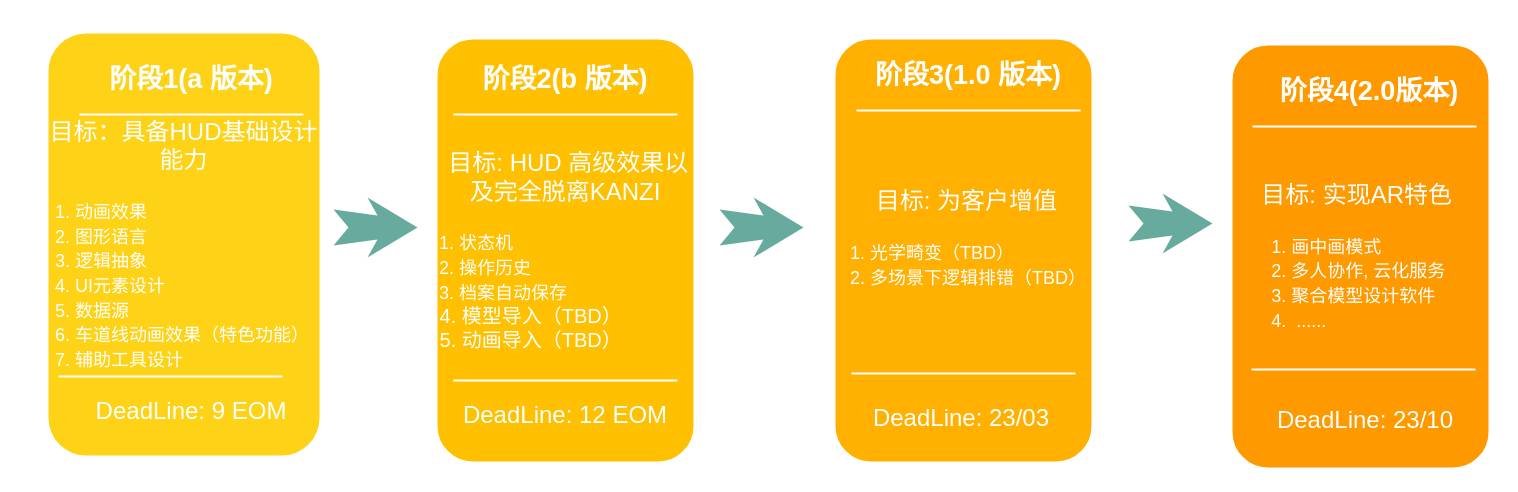
Before: 版本规划.drawio in Evan2698/WorkFlowItem, a draw.io diagram. Source tidied: cells renumbered, new cells numbered last; positions are measured from the earlier drawing's top-left corner, leaving out a move shared by most shapes. Both pictures are drawn from the tidied source at 100%, with x=0, y=0 at pixel (44, 29).
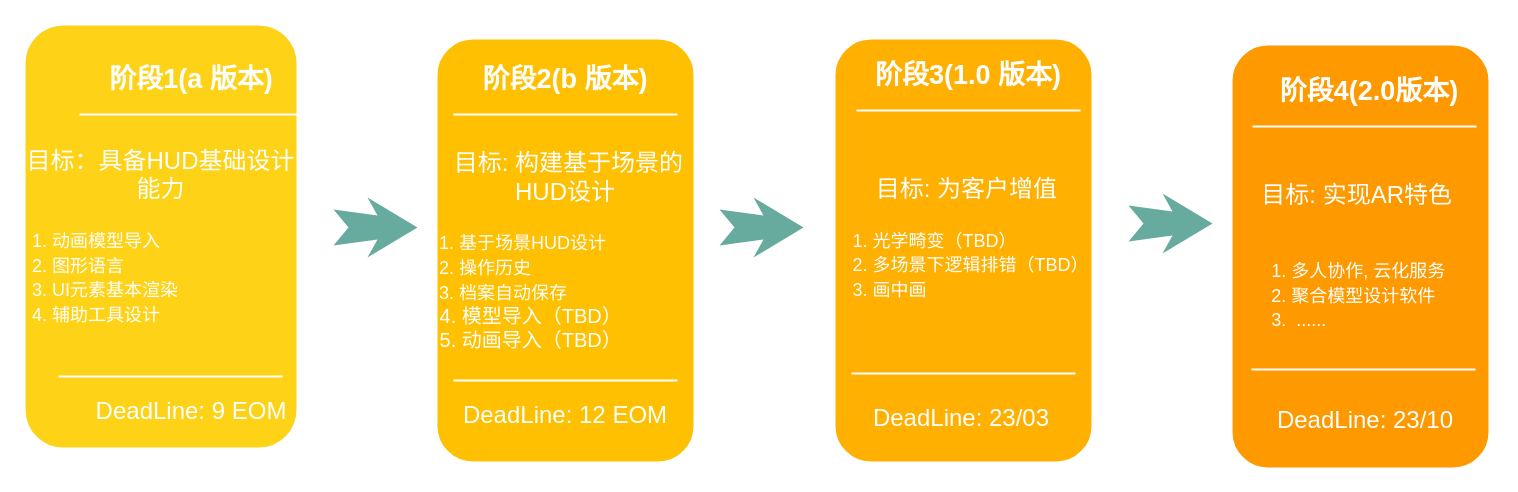
The same diagram, later.

The edit, as a diff of the source:
```diff
@@
-    <mxCell id="2" value="&lt;font color=&quot;#ffffff&quot; style=&quot;&quot;&gt;&lt;span style=&quot;font-size: 24px;&quot;&gt;目标：具备HUD基础设计能力&lt;br&gt;&lt;/span&gt;&lt;br&gt;&lt;div style=&quot;text-align: left;&quot;&gt;&lt;span style=&quot;font-size: 18px; background-color: initial;&quot;&gt;&amp;nbsp; 1. 动画效果&lt;/span&gt;&lt;br&gt;&lt;/div&gt;&lt;div style=&quot;text-align: left;&quot;&gt;&lt;span style=&quot;background-color: initial;&quot;&gt;&lt;font style=&quot;font-size: 18px;&quot;&gt;&amp;nbsp; 2. 图形语言&lt;/font&gt;&lt;/span&gt;&lt;/div&gt;&lt;div style=&quot;text-align: left;&quot;&gt;&lt;span style=&quot;background-color: initial;&quot;&gt;&lt;font style=&quot;font-size: 18px;&quot;&gt;&amp;nbsp; 3. 逻辑抽象&lt;/font&gt;&lt;/span&gt;&lt;/div&gt;&lt;div style=&quot;text-align: left;&quot;&gt;&lt;span style=&quot;background-color: initial;&quot;&gt;&lt;font style=&quot;font-size: 18px;&quot;&gt;&amp;nbsp; 4. UI元素设计&lt;/font&gt;&lt;/span&gt;&lt;/div&gt;&lt;div style=&quot;text-align: left;&quot;&gt;&lt;span style=&quot;background-color: initial;&quot;&gt;&lt;font style=&quot;font-size: 18px;&quot;&gt;&amp;nbsp; 5. 数据源&lt;/font&gt;&lt;/span&gt;&lt;/div&gt;&lt;div style=&quot;text-align: left;&quot;&gt;&lt;span style=&quot;background-color: initial;&quot;&gt;&lt;font style=&quot;font-size: 18px;&quot;&gt;&amp;nbsp; 6. 车道线动画效果（特色功能）&lt;/font&gt;&lt;/span&gt;&lt;/div&gt;&lt;div style=&quot;text-align: left;&quot;&gt;&lt;span style=&quot;background-color: initial;&quot;&gt;&lt;font style=&quot;font-size: 18px;&quot;&gt;&amp;nbsp; 7. 辅助工具设计&lt;/font&gt;&lt;/span&gt;&lt;/div&gt;&lt;/font&gt;" style="whiteSpace=wrap;html=1;rounded=1;shadow=0;strokeWidth=8;fontSize=20;align=center;fillColor=#FED217;strokeColor=#FFFFFF;" parent="1" vertex="1">
-      <mxGeometry width="279" height="430" as="geometry" />
+    <mxCell id="2" value="&lt;font color=&quot;#ffffff&quot; style=&quot;&quot;&gt;&lt;span style=&quot;font-size: 24px;&quot;&gt;目标：具备HUD基础设计能力&lt;br&gt;&lt;/span&gt;&lt;br&gt;&lt;div style=&quot;text-align: left;&quot;&gt;&lt;span style=&quot;font-size: 18px; background-color: initial;&quot;&gt;&amp;nbsp; 1. 动画模型导入&lt;/span&gt;&lt;br&gt;&lt;/div&gt;&lt;div style=&quot;text-align: left;&quot;&gt;&lt;span style=&quot;background-color: initial;&quot;&gt;&lt;font style=&quot;font-size: 18px;&quot;&gt;&amp;nbsp; 2. 图形语言&lt;/font&gt;&lt;/span&gt;&lt;/div&gt;&lt;div style=&quot;text-align: left;&quot;&gt;&lt;span style=&quot;background-color: initial;&quot;&gt;&lt;font style=&quot;font-size: 18px;&quot;&gt;&amp;nbsp; 3.&lt;/font&gt;&lt;/span&gt;&lt;span style=&quot;font-size: 18px; background-color: initial;&quot;&gt;&amp;nbsp;UI元素基本渲染&lt;/span&gt;&lt;/div&gt;&lt;div style=&quot;text-align: left;&quot;&gt;&lt;span style=&quot;font-size: 18px; background-color: initial;&quot;&gt;&amp;nbsp; 4. 辅助工具设计&lt;/span&gt;&lt;/div&gt;&lt;/font&gt;" style="whiteSpace=wrap;html=1;rounded=1;shadow=0;strokeWidth=8;fontSize=20;align=center;fillColor=#FED217;strokeColor=#FFFFFF;" parent="1" vertex="1">
+      <mxGeometry x="-23" y="-8" width="279" height="430" as="geometry" />
     </mxCell>
@@
-    <mxCell id="8" value="&lt;font color=&quot;#ffffff&quot; style=&quot;&quot;&gt;&lt;span style=&quot;font-size: 24px;&quot;&gt;&amp;nbsp;目标: HUD 高级效果以及完全脱离KANZI&lt;br&gt;&lt;/span&gt;&lt;br&gt;&lt;div style=&quot;text-align: left;&quot;&gt;&lt;span style=&quot;font-size: 18px; background-color: initial;&quot;&gt;&amp;nbsp;1. 状态机&lt;/span&gt;&lt;/div&gt;&lt;div style=&quot;text-align: left;&quot;&gt;&lt;span style=&quot;font-size: 18px; background-color: initial;&quot;&gt;&amp;nbsp;2. 操作历史&lt;/span&gt;&lt;/div&gt;&lt;div style=&quot;text-align: left;&quot;&gt;&lt;span style=&quot;font-size: 18px; background-color: initial;&quot;&gt;&amp;nbsp;3. 档案自动保存&lt;/span&gt;&lt;/div&gt;&lt;div style=&quot;text-align: left;&quot;&gt;&amp;nbsp;4. 模型导入（TBD）&lt;/div&gt;&lt;div style=&quot;text-align: left;&quot;&gt;&amp;nbsp;5. 动画导入（TBD）&amp;nbsp;&lt;/div&gt;&lt;/font&gt;" style="whiteSpace=wrap;html=1;rounded=1;shadow=0;strokeWidth=8;fontSize=20;align=center;fillColor=#FFC001;strokeColor=#FFFFFF;" parent="1" vertex="1">
+    <mxCell id="8" value="&lt;font color=&quot;#ffffff&quot; style=&quot;&quot;&gt;&lt;span style=&quot;font-size: 24px;&quot;&gt;&amp;nbsp;目标: 构建基于场景的HUD设计&lt;br&gt;&lt;/span&gt;&lt;br&gt;&lt;div style=&quot;text-align: left;&quot;&gt;&lt;span style=&quot;font-size: 18px; background-color: initial;&quot;&gt;&amp;nbsp;1. 基于场景HUD设计&lt;/span&gt;&lt;/div&gt;&lt;div style=&quot;text-align: left;&quot;&gt;&lt;span style=&quot;font-size: 18px; background-color: initial;&quot;&gt;&amp;nbsp;2. 操作历史&lt;/span&gt;&lt;/div&gt;&lt;div style=&quot;text-align: left;&quot;&gt;&lt;span style=&quot;font-size: 18px; background-color: initial;&quot;&gt;&amp;nbsp;3. 档案自动保存&lt;/span&gt;&lt;/div&gt;&lt;div style=&quot;text-align: left;&quot;&gt;&amp;nbsp;4. 模型导入（TBD）&lt;/div&gt;&lt;div style=&quot;text-align: left;&quot;&gt;&amp;nbsp;5. 动画导入（TBD）&amp;nbsp;&lt;/div&gt;&lt;/font&gt;" style="whiteSpace=wrap;html=1;rounded=1;shadow=0;strokeWidth=8;fontSize=20;align=center;fillColor=#FFC001;strokeColor=#FFFFFF;" parent="1" vertex="1">
       <mxGeometry x="389" y="6" width="264" height="430" as="geometry" />
     </mxCell>
@@
-    <mxCell id="13" value="&lt;font color=&quot;#ffffff&quot; style=&quot;&quot;&gt;&lt;span style=&quot;font-size: 24px;&quot;&gt;&amp;nbsp;目标: 为客户增值&lt;br&gt;&lt;/span&gt;&lt;br&gt;&lt;div style=&quot;text-align: left;&quot;&gt;&lt;span style=&quot;font-size: 18px; background-color: initial;&quot;&gt;&amp;nbsp; &amp;nbsp;1. 光学畸变（TBD）&lt;/span&gt;&lt;/div&gt;&lt;div style=&quot;text-align: left;&quot;&gt;&lt;span style=&quot;background-color: initial; font-size: 18px;&quot;&gt;&amp;nbsp; &amp;nbsp;2. 多场景下逻辑排错（TBD）&amp;nbsp;&lt;/span&gt;&lt;/div&gt;&lt;div style=&quot;text-align: left;&quot;&gt;&lt;span style=&quot;font-size: 18px;&quot;&gt;&amp;nbsp;&amp;nbsp;&lt;/span&gt;&lt;/div&gt;&lt;/font&gt;" style="whiteSpace=wrap;html=1;rounded=1;shadow=0;strokeWidth=8;fontSize=20;align=center;fillColor=#FFB001;strokeColor=#FFFFFF;" parent="1" vertex="1">
+    <mxCell id="13" value="&lt;font color=&quot;#ffffff&quot; style=&quot;&quot;&gt;&lt;span style=&quot;font-size: 24px;&quot;&gt;&amp;nbsp;目标: 为客户增值&lt;br&gt;&lt;/span&gt;&lt;br&gt;&lt;div style=&quot;text-align: left;&quot;&gt;&lt;span style=&quot;font-size: 18px; background-color: initial;&quot;&gt;&amp;nbsp; &amp;nbsp;1. 光学畸变（TBD）&lt;/span&gt;&lt;/div&gt;&lt;div style=&quot;text-align: left;&quot;&gt;&lt;span style=&quot;background-color: initial; font-size: 18px;&quot;&gt;&amp;nbsp; &amp;nbsp;2. 多场景下逻辑排错（TBD）&lt;/span&gt;&lt;/div&gt;&lt;div style=&quot;text-align: left;&quot;&gt;&lt;span style=&quot;background-color: initial; font-size: 18px;&quot;&gt;&amp;nbsp; &amp;nbsp;3. 画中画&lt;/span&gt;&lt;/div&gt;&lt;div style=&quot;text-align: left;&quot;&gt;&lt;span style=&quot;font-size: 18px;&quot;&gt;&amp;nbsp;&amp;nbsp;&lt;/span&gt;&lt;/div&gt;&lt;/font&gt;" style="whiteSpace=wrap;html=1;rounded=1;shadow=0;strokeWidth=8;fontSize=20;align=center;fillColor=#FFB001;strokeColor=#FFFFFF;" parent="1" vertex="1">
       <mxGeometry x="787" y="6" width="264" height="430" as="geometry" />
     </mxCell>
@@
-    <mxCell id="18" value="&lt;font style=&quot;&quot; color=&quot;#ffffff&quot;&gt;&lt;span style=&quot;font-size: 24px;&quot;&gt;目标: 实现AR特色&amp;nbsp;&lt;/span&gt;&lt;br&gt;&lt;br&gt;&lt;div style=&quot;text-align: left;&quot;&gt;&lt;span style=&quot;font-size: 18px; background-color: initial;&quot;&gt;&amp;nbsp; 1. 画中画模式&lt;/span&gt;&lt;/div&gt;&lt;div style=&quot;text-align: left;&quot;&gt;&lt;span style=&quot;font-size: 18px; background-color: initial;&quot;&gt;&amp;nbsp; 2. 多人协作, 云化服务&lt;/span&gt;&lt;/div&gt;&lt;div style=&quot;text-align: left;&quot;&gt;&lt;span style=&quot;font-size: 18px; background-color: initial;&quot;&gt;&amp;nbsp; 3. 聚合模型设计软件&lt;/span&gt;&lt;/div&gt;&lt;div style=&quot;text-align: left;&quot;&gt;&lt;span style=&quot;font-size: 18px; background-color: initial;&quot;&gt;&amp;nbsp; 4.&amp;nbsp; ......&lt;/span&gt;&lt;/div&gt;&lt;/font&gt;" style="whiteSpace=wrap;html=1;rounded=1;shadow=0;strokeWidth=8;fontSize=20;align=center;fillColor=#FE9900;strokeColor=#FFFFFF;" parent="1" vertex="1">
+    <mxCell id="18" value="&lt;font style=&quot;&quot; color=&quot;#ffffff&quot;&gt;&lt;span style=&quot;font-size: 24px;&quot;&gt;目标: 实现AR特色&amp;nbsp;&lt;/span&gt;&lt;br&gt;&lt;br&gt;&lt;div style=&quot;text-align: left;&quot;&gt;&lt;br&gt;&lt;/div&gt;&lt;div style=&quot;text-align: left;&quot;&gt;&lt;span style=&quot;font-size: 18px; background-color: initial;&quot;&gt;&amp;nbsp; 1. 多人协作, 云化服务&lt;/span&gt;&lt;/div&gt;&lt;div style=&quot;text-align: left;&quot;&gt;&lt;span style=&quot;font-size: 18px; background-color: initial;&quot;&gt;&amp;nbsp; 2. 聚合模型设计软件&lt;/span&gt;&lt;/div&gt;&lt;div style=&quot;text-align: left;&quot;&gt;&lt;span style=&quot;font-size: 18px; background-color: initial;&quot;&gt;&amp;nbsp; 3.&amp;nbsp; ......&lt;/span&gt;&lt;/div&gt;&lt;/font&gt;" style="whiteSpace=wrap;html=1;rounded=1;shadow=0;strokeWidth=8;fontSize=20;align=center;fillColor=#FE9900;strokeColor=#FFFFFF;" parent="1" vertex="1">
       <mxGeometry x="1184" y="12" width="264" height="430" as="geometry" />
     </mxCell>
```
